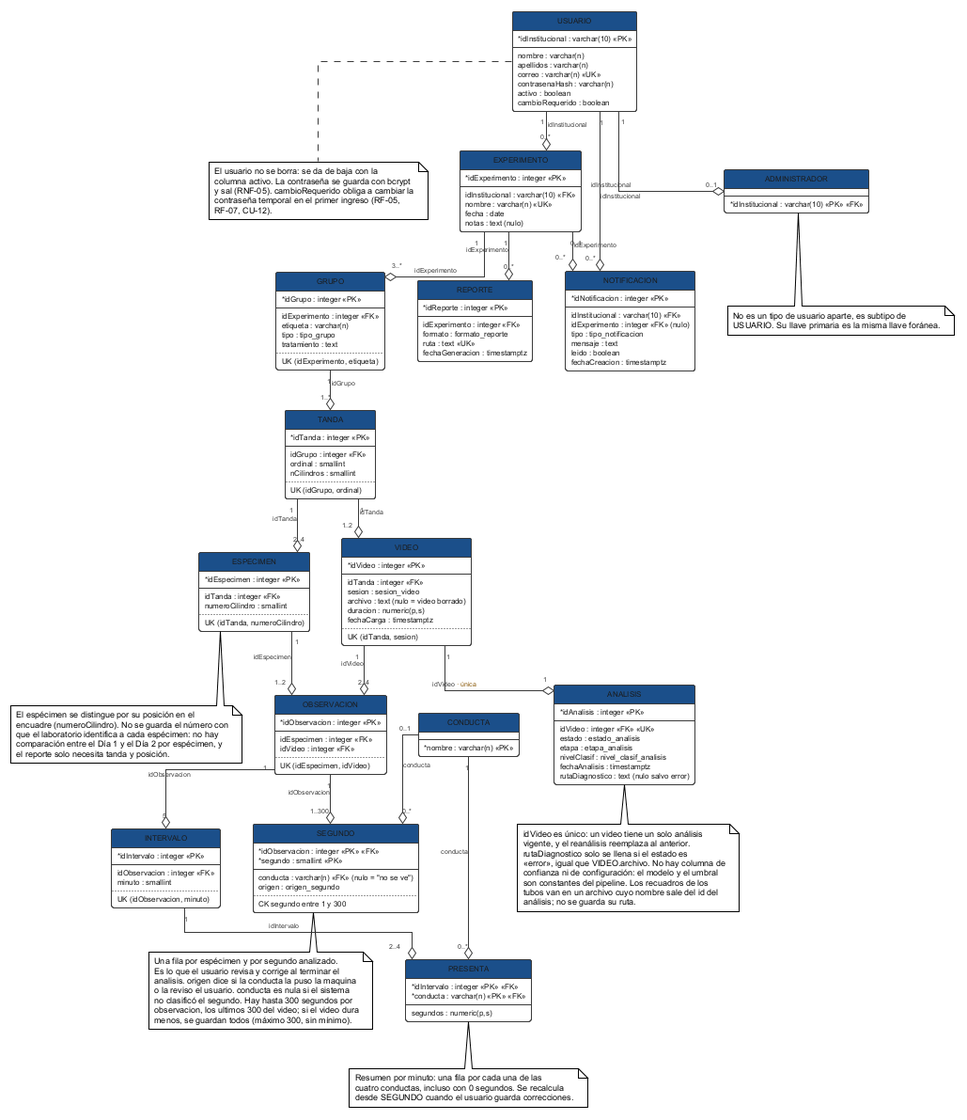
The PlantUML diagram figures/mermaid/esquema_fisico.png in ErickJester/fst-ai-system-latex, before a commit.
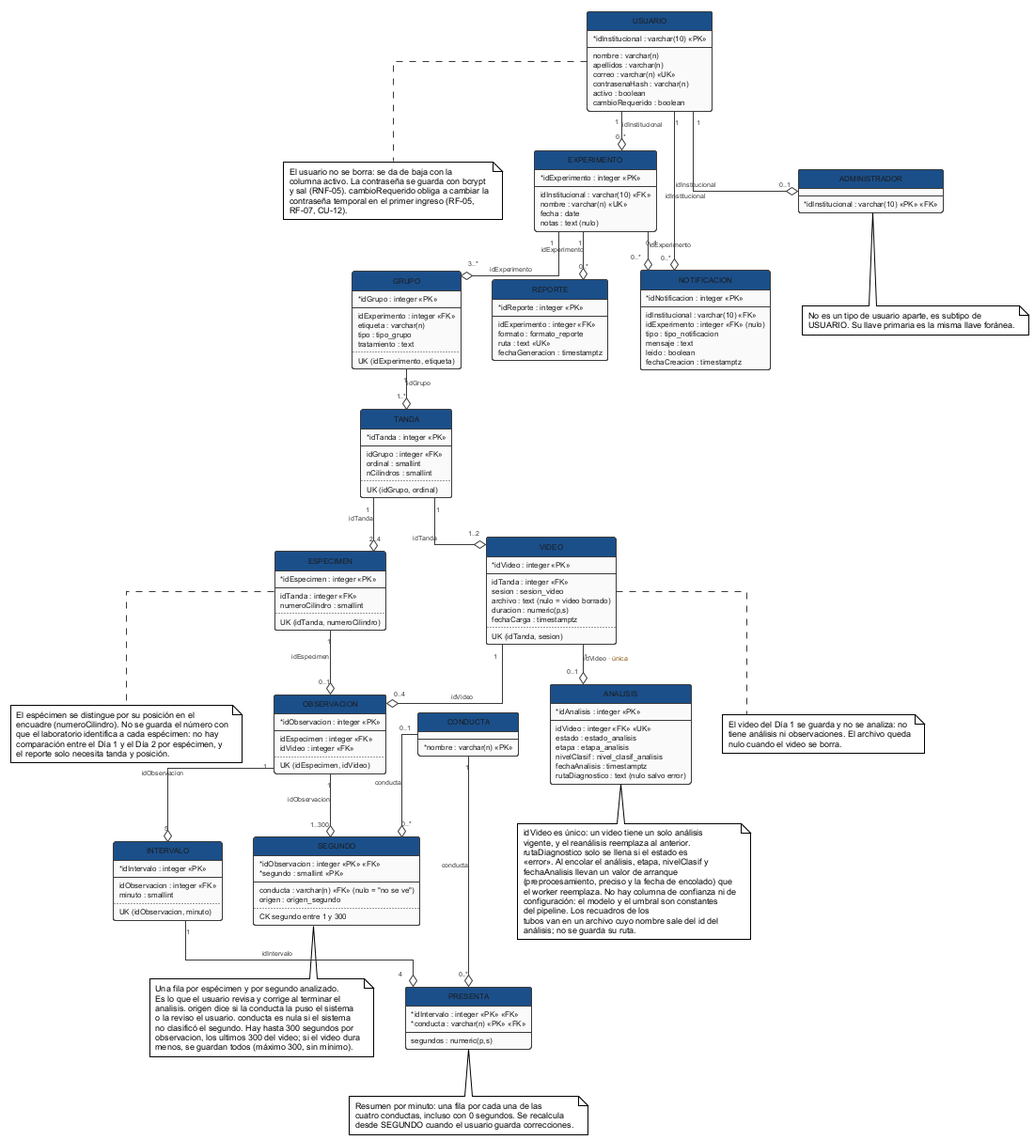
After the change.

Change to the diagram source:
```diff
@@ -107,6 +107,11 @@
   ..
   UK (idTanda, sesion)
 }
+note bottom of VIDEO
+  El video del Día 1 se guarda y no se analiza: no
+  tiene análisis ni observaciones. El archivo queda
+  nulo cuando el video se borra.
+end note
 
 entity ANALISIS {
   * idAnalisis : integer <<PK>>
@@ -122,9 +127,12 @@
   idVideo es único: un video tiene un solo análisis
   vigente, y el reanálisis reemplaza al anterior.
   rutaDiagnostico solo se llena si el estado es
-  «error», igual que VIDEO.archivo. No hay columna de
-  confianza ni de configuración: el modelo y el umbral
-  son constantes del pipeline. Los recuadros de los
+  «error». Al encolar el análisis, etapa, nivelClasif y
+  fechaAnalisis llevan un valor de arranque
+  (preprocesamiento, preciso y la fecha de encolado) que
+  el worker reemplaza. No hay columna de confianza ni de
+  configuración: el modelo y el umbral son constantes
+  del pipeline. Los recuadros de los
   tubos van en un archivo cuyo nombre sale del id del
   análisis; no se guarda su ruta.
 end note
@@ -175,7 +183,7 @@
 note bottom of SEGUNDO
   Una fila por espécimen y por segundo analizado.
   Es lo que el usuario revisa y corrige al terminar el
-  analisis. origen dice si la conducta la puso la maquina
+  analisis. origen dice si la conducta la puso el sistema
   o la reviso el usuario. conducta es nula si el sistema
   no clasificó el segundo. Hay hasta 300 segundos por
   observacion, los ultimos 300 del video; si el video dura
@@ -224,13 +232,13 @@
 TANDA          "1" --o "2..4" ESPECIMEN                 : idTanda
 TANDA          "1" --o "1..2" VIDEO                     : idTanda
 
-VIDEO          "1" --o "1"    ANALISIS                  : idVideo <color:#8A5A0B>· única</color>
-VIDEO          "1" --o "2..4" OBSERVACION                : idVideo
+VIDEO          "1" --o "0..1" ANALISIS                  : idVideo <color:#8A5A0B>· única</color>
+VIDEO          "1" --o "0..4" OBSERVACION                : idVideo
 
-ESPECIMEN      "1" --o "1..2" OBSERVACION                : idEspecimen
+ESPECIMEN      "1" --o "0..1" OBSERVACION                : idEspecimen
 
 OBSERVACION    "1" --o "5"    INTERVALO                 : idObservacion
-INTERVALO      "1" --o "2..4" PRESENTA                  : idIntervalo
+INTERVALO      "1" --o "4"    PRESENTA                  : idIntervalo
 CONDUCTA       "1" --o "0..*" PRESENTA                  : conducta
 
 OBSERVACION    "1" --o "1..300" SEGUNDO                 : idObservacion
```
